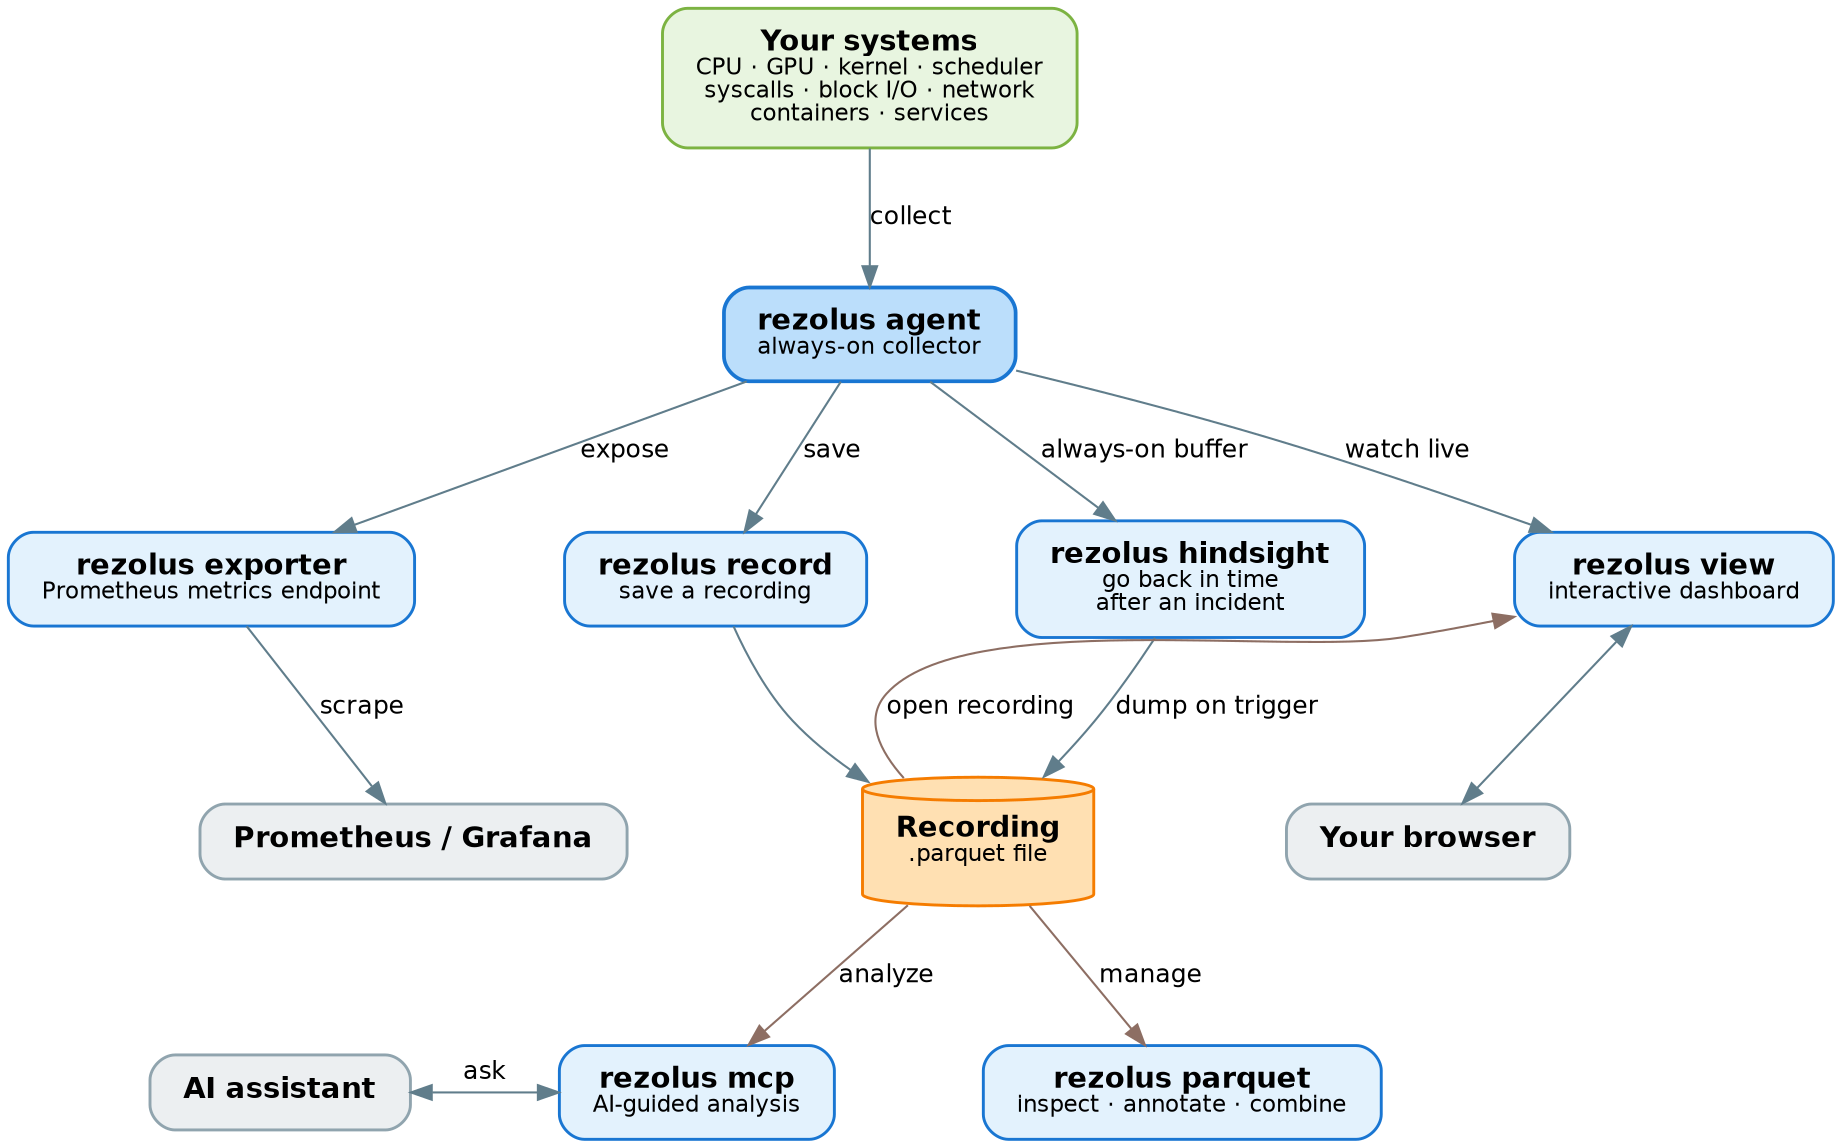
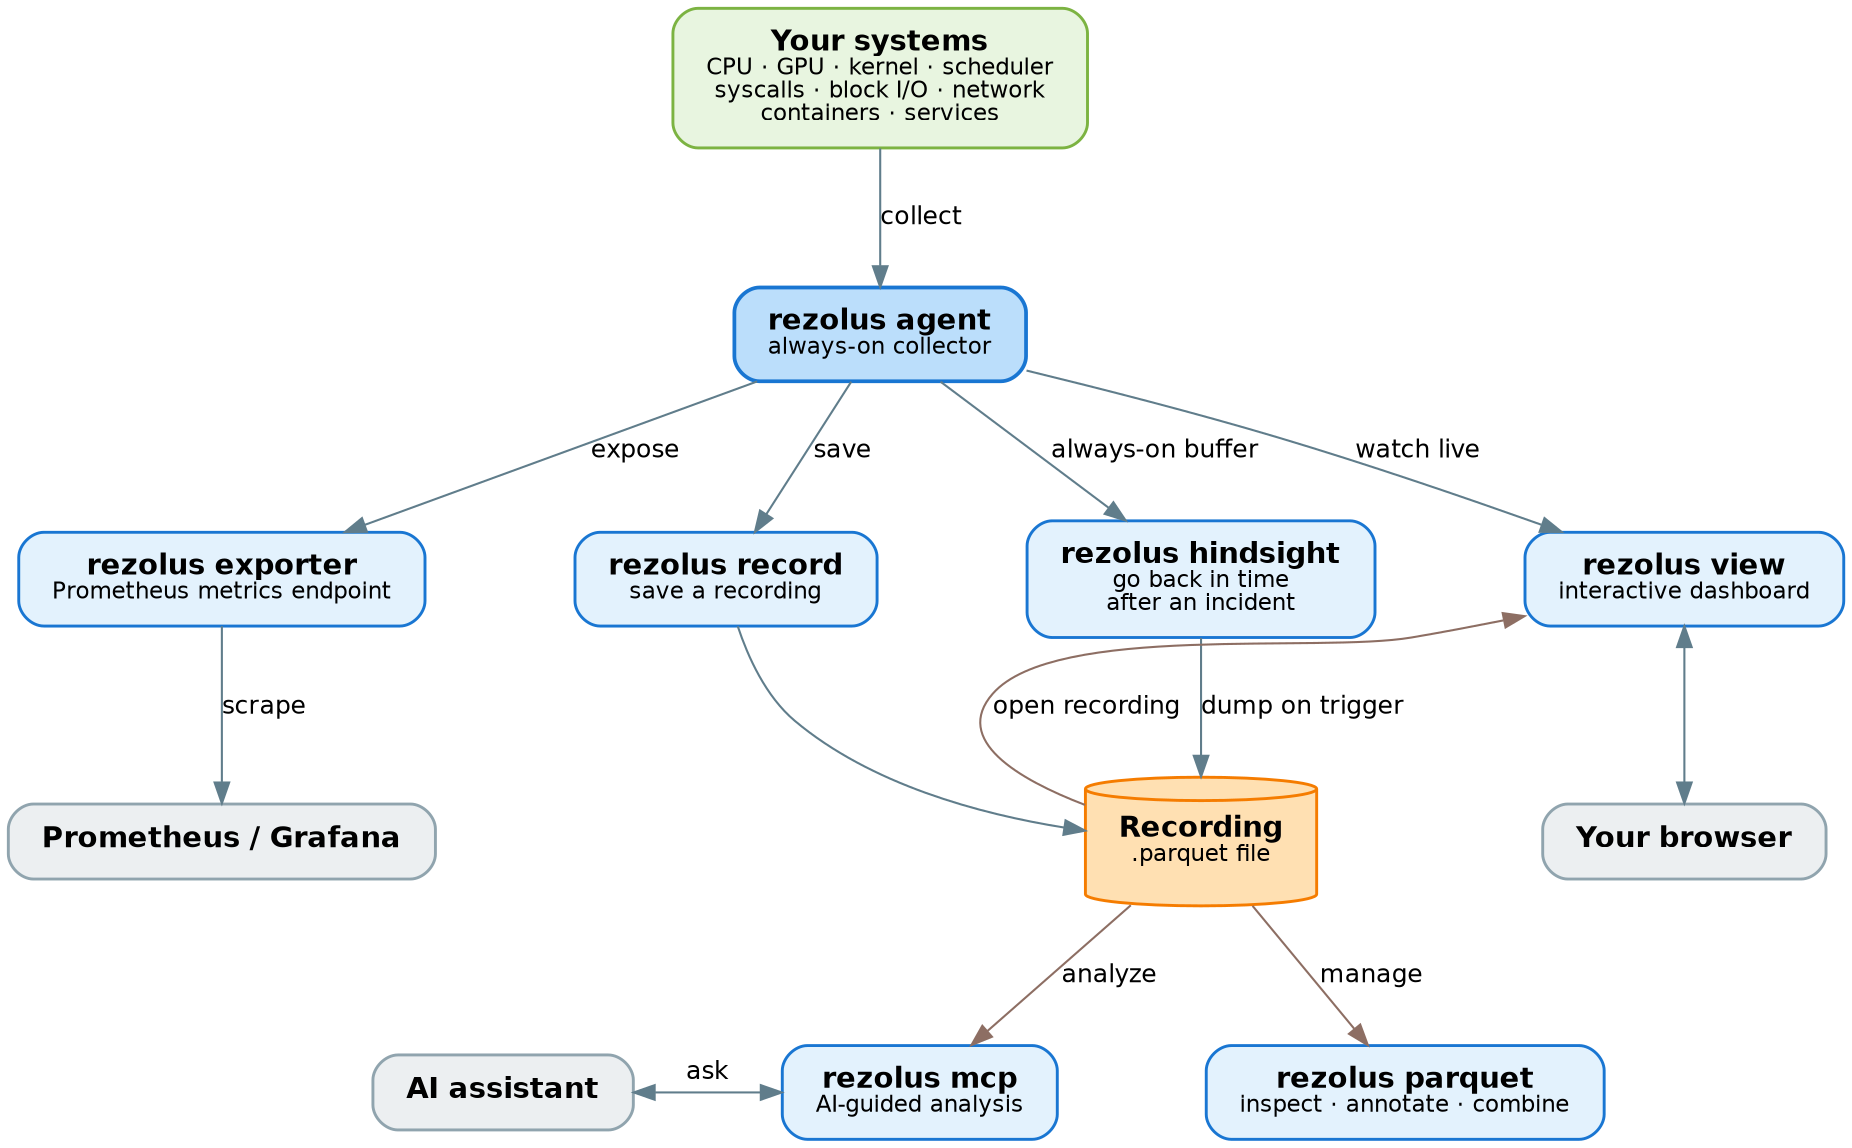
// Rezolus — what you can do with it (user's view)
//
// Render:  dot -Tsvg docs/architecture.dot -o docs/architecture.svg
//          dot -Tpng docs/architecture.dot -o docs/architecture.png
//
// Everything below is the one `rezolus` binary — you just pick the
// subcommand for the job. Arrows read as "what you do next".

digraph rezolus {
  rankdir=TB;
  fontname="Helvetica";
  nodesep=0.5;
  ranksep=0.75;
  bgcolor="white";

  node [fontname="Helvetica", fontsize=14, shape=box, style="rounded,filled", penwidth=1.4, margin="0.22,0.14"];
  edge [fontname="Helvetica", fontsize=12, color="#607d8b"];

  // ---- What you're watching --------------------------------------------
  system [label=<<b>Your systems</b><br/><font point-size="11">CPU · GPU · kernel · scheduler<br/>syscalls · block I/O · network<br/>containers · services</font>>,
          fillcolor="#e8f5e0", color="#7cb342"];

  // ---- The always-on collector -----------------------------------------
  agent [label=<<b>rezolus agent</b><br/><font point-size="11">always-on collector</font>>,
         fillcolor="#bbdefb", color="#1976d2", penwidth=1.8];

  // ---- Live: stream and watch ------------------------------------------
-   exporter [label=<<b>rezolus exporter</b><br/><font point-size="11">Prometheus metrics endpoint</font>>, fillcolor="#e3f2fd", color="#1976d2"];
-   view     [label=<<b>rezolus view</b><br/><font point-size="11">interactive dashboard</font>>,     fillcolor="#e3f2fd", color="#1976d2"];
+   exporter [label=<<b>rezolus exporter</b><br/><font point-size="11">Prometheus metrics endpoint</font>>, fillcolor="#e3f2fd", color="#1976d2", group="gExp"];
+   view     [label=<<b>rezolus view</b><br/><font point-size="11">interactive dashboard</font>>,     fillcolor="#e3f2fd", color="#1976d2", group="gView"];

  // ---- Capture to a file -----------------------------------------------
  record    [label=<<b>rezolus record</b><br/><font point-size="11">save a recording</font>>,                 fillcolor="#e3f2fd", color="#1976d2"];
-   hindsight [label=<<b>rezolus hindsight</b><br/><font point-size="11">go back in time<br/>after an incident</font>>, fillcolor="#e3f2fd", color="#1976d2"];
+   hindsight [label=<<b>rezolus hindsight</b><br/><font point-size="11">go back in time<br/>after an incident</font>>, fillcolor="#e3f2fd", color="#1976d2", group="gRec"];

  // ---- Work with recordings --------------------------------------------
  mcp     [label=<<b>rezolus mcp</b><br/><font point-size="11">AI-guided analysis</font>>,          fillcolor="#e3f2fd", color="#1976d2"];
  pqtools [label=<<b>rezolus parquet</b><br/><font point-size="11">inspect · annotate · combine</font>>, fillcolor="#e3f2fd", color="#1976d2"];

  // ---- The recording artifact ------------------------------------------
  recording [label=<<b>Recording</b><br/><font point-size="11">.parquet file</font>>,
-              shape=cylinder, fillcolor="#ffe0b2", color="#f57c00"];
+              shape=cylinder, fillcolor="#ffe0b2", color="#f57c00", group="gRec"];

  // ---- Where the value lands -------------------------------------------
-   grafana [label=<<b>Prometheus / Grafana</b>>, fillcolor="#eceff1", color="#90a4ae"];
-   browser [label=<<b>Your browser</b>>,          fillcolor="#eceff1", color="#90a4ae"];
+   grafana [label=<<b>Prometheus / Grafana</b>>, fillcolor="#eceff1", color="#90a4ae", group="gExp"];
+   browser [label=<<b>Your browser</b>>,          fillcolor="#eceff1", color="#90a4ae", group="gView"];
  llm     [label=<<b>AI assistant</b>>,           fillcolor="#eceff1", color="#90a4ae"];

  // ---- Layout: rows keep the picture compact; invisible edges pin the
  //      left-to-right order within each row --------------------------
  // view sits on the far right (next to the recording it opens); the
  // other three are the expose/capture subcommands.
  {rank=same; exporter; record; hindsight; view; exporter -> record -> hindsight -> view [style=invis];}
  {rank=same; grafana; recording; browser; grafana -> recording -> browser [style=invis];}
  // mcp and parquet sit side by side directly under the recording, with
  // the AI assistant to the left of mcp.
  {rank=same; llm; mcp; pqtools; llm -> mcp -> pqtools [style=invis];}

  // ---- Collect ----------------------------------------------------------
  system -> agent [label="collect"];

  // ---- Live from the agent ---------------------------------------------
  agent -> exporter  [label="expose"];
  agent -> view      [label="watch live"];
  agent -> record    [label="save"];
  agent -> hindsight [label="always-on buffer"];

-   exporter -> grafana [label="scrape"];
+   exporter -> grafana [label="scrape", weight=10];

  // ---- Produce a recording ---------------------------------------------
  record    -> recording;
-   hindsight -> recording [label="dump on trigger"];
+   hindsight -> recording [label="dump on trigger", weight=10];

  // ---- Do things with the recording ------------------------------------
  recording -> view    [label="open recording", color="#8d6e63", constraint=false];
  recording -> mcp     [label="analyze", color="#8d6e63"];
  recording -> pqtools [label="manage",  color="#8d6e63"];

  // ---- Outcomes ---------------------------------------------------------
-   view -> browser [dir=both];
+   view -> browser [dir=both, weight=10];
  mcp  -> llm     [label="ask", dir=both, constraint=false];
}
